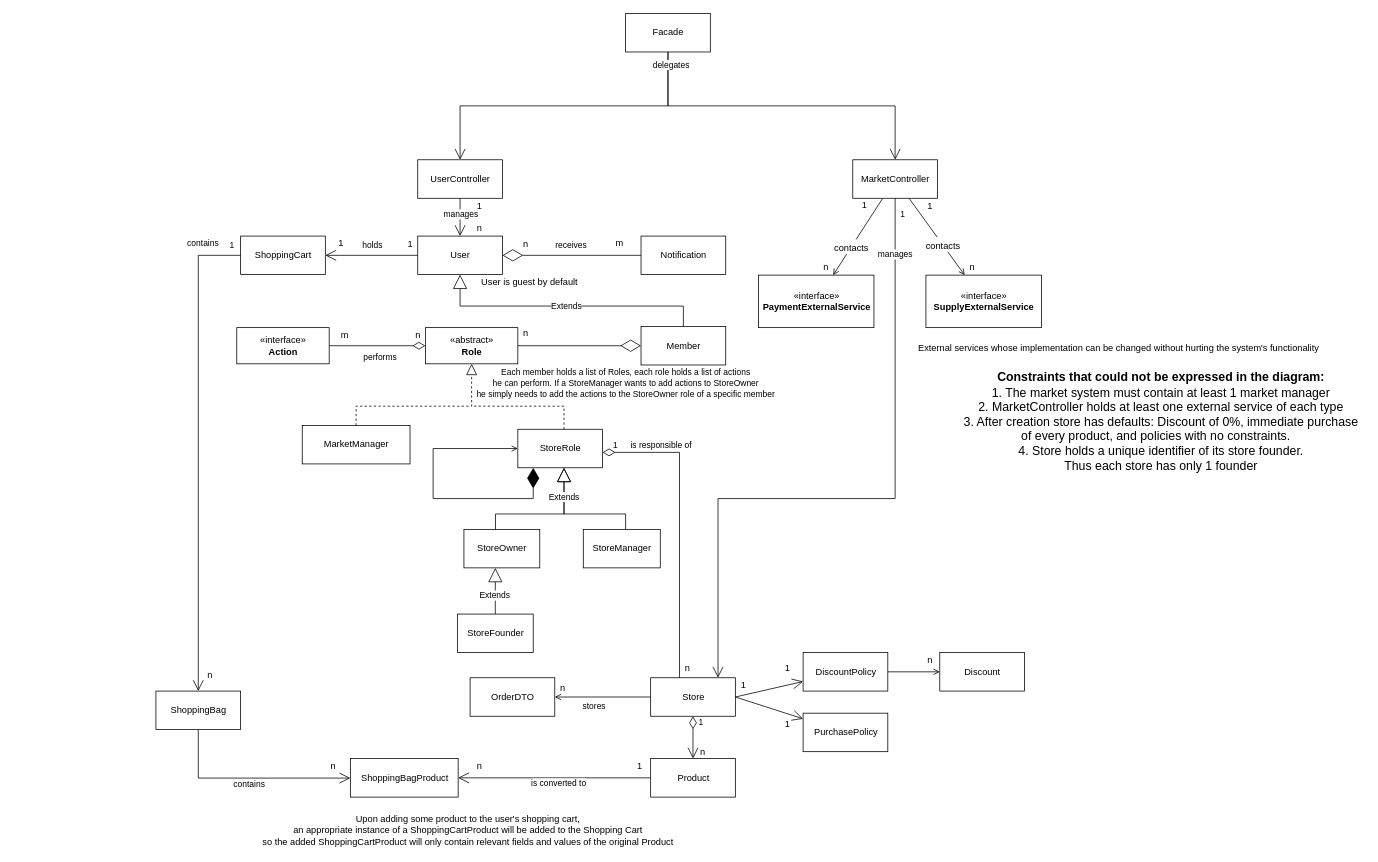
Earlier version of the draw.io diagram page "White Diagram" (1 of 2) of Workshop.drawio (itaitzruia4/Workshop). Source tidied: cells renumbered, new cells numbered last; positions are measured from the earlier drawing's top-left corner, leaving out a move shared by most shapes. Both pictures are drawn from the tidied source at 77%, with x=0, y=0 at pixel (13, 13).
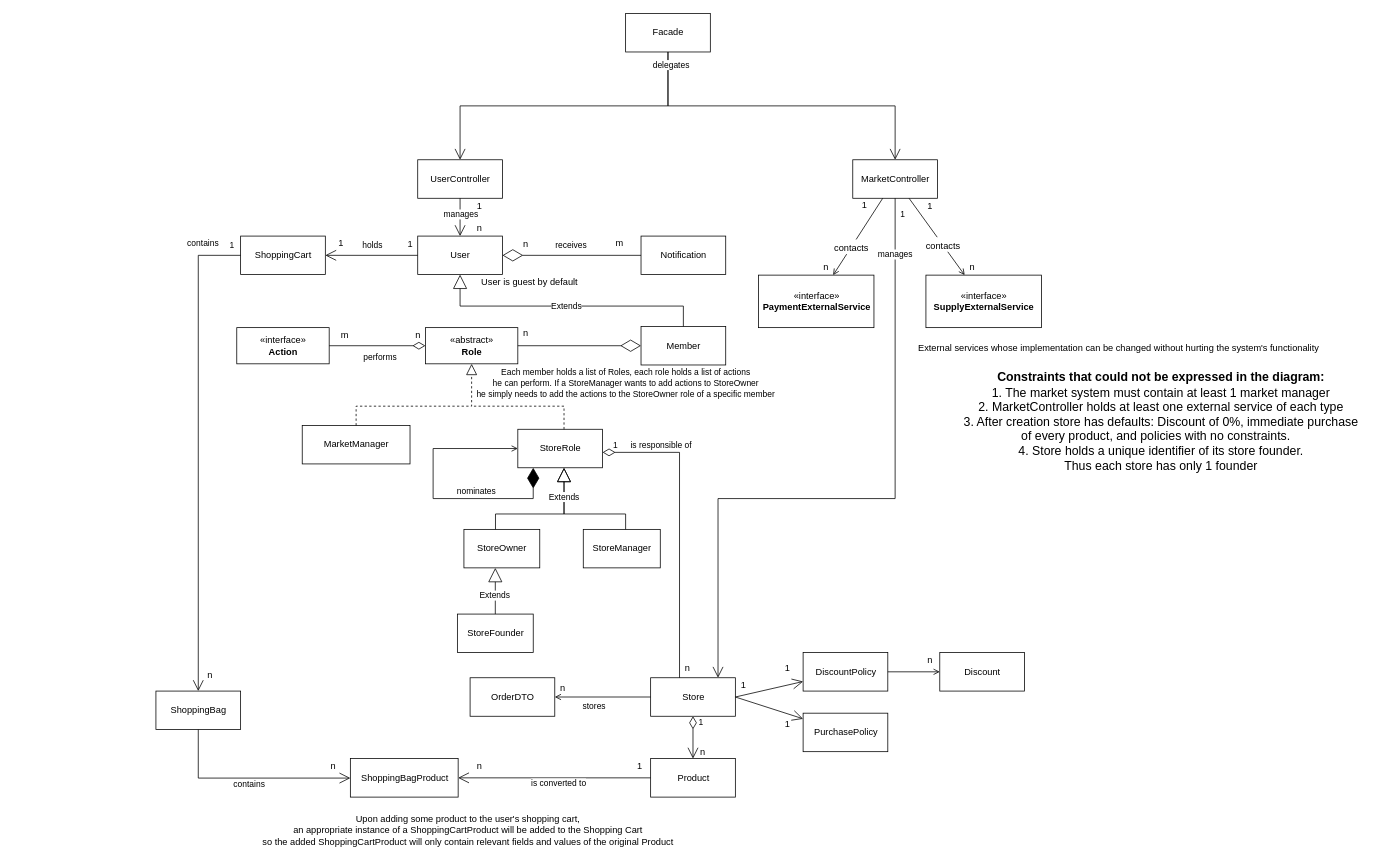
Above is the later version.

The change refers to these unchanged cells:
```xml
<mxCell id="70" style="endArrow=diamondThin;endFill=1;endSize=24;html=1;rounded=0;startArrow=open;edgeStyle=orthogonalEdgeStyle;startFill=0;" parent="1" edge="1" source="55" target="55">
  <mxGeometry relative="1" as="geometry">
    <Array as="points">
      <mxPoint x="545" y="565" />
      <mxPoint x="545" y="630" />
      <mxPoint x="675" y="630" />
    </Array>
  </mxGeometry>
</mxCell>
```

Change to the diagram source:
```diff
@@
+    <mxCell id="96" value="nominates" style="edgeLabel;html=1;align=center;verticalAlign=middle;" parent="70" vertex="1">
+      <mxGeometry x="0.32" y="2" relative="1" as="geometry">
+        <mxPoint x="2" y="-8" as="offset" />
+      </mxGeometry>
+    </mxCell>
```
